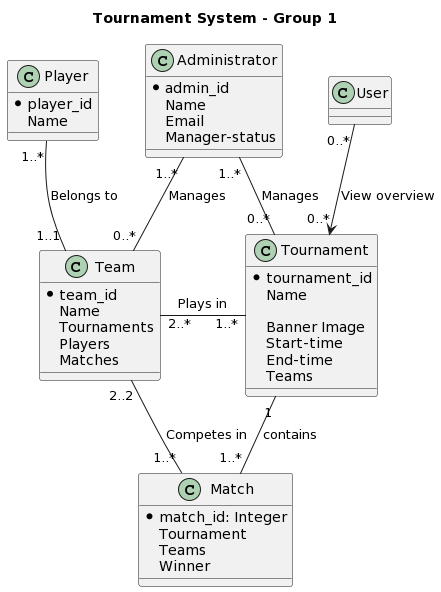
Earlier version of the PlantUML export documentation/renders/domainModel.png (felixalbrigtsen/asura-tmdb). Source of this version:
```plantuml
@startuml
title Tournament System - Group 1

class Match {
    *match_id: Integer
    Tournament
    Teams
    Winner
}

class Team {
    *team_id
    Name
    Tournaments
    Players
    Matches
}

class Player {
    *player_id
    Name
}

class Tournament {
    *tournament_id
    Name

    Banner Image
    Start-time
    End-time
    Teams
}

class Administrator {
    *admin_id
    Name
    Email
    Manager-status
}

class User {

}

Team "2..*" - "1..*" Tournament : "Plays in"
Tournament "1" -- "1..*" Match : contains
Player "1..*" -- "1..1" Team : "Belongs to"
Team "2..2" -- "1..*" Match : "Competes in"

Administrator "1..*" -- "0..*" Tournament : "Manages"
Administrator "1..*" -- "0..*" Team : "Manages"
User "0..*" --> "0..*" Tournament : "View overview"
@enduml
```
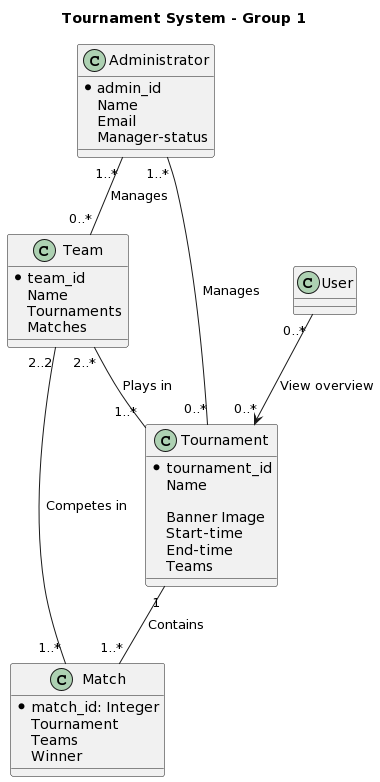
Above is the later version.

What changed in the source:
```diff
@@ -12,13 +12,7 @@
     *team_id
     Name
     Tournaments
-    Players
     Matches
-}
-
-class Player {
-    *player_id
-    Name
 }
 
 class Tournament {
@@ -42,9 +36,8 @@
 
 }
 
-Team "2..*" - "1..*" Tournament : "Plays in"
-Tournament "1" -- "1..*" Match : contains
-Player "1..*" -- "1..1" Team : "Belongs to"
+Team "2..*" -- "1..*" Tournament : "Plays in"
+Tournament "1" -- "1..*" Match : "Contains"
 Team "2..2" -- "1..*" Match : "Competes in"
 
 Administrator "1..*" -- "0..*" Tournament : "Manages"
```
